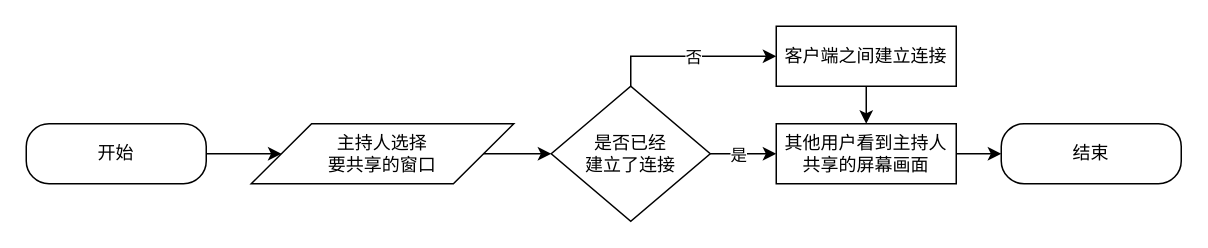
Earlier version of the draw.io diagram drawio/课件与白板共享流程图.drawio (jhongxu/image-hosting). Source tidied: cells renumbered, new cells numbered last; positions are measured from the earlier drawing's top-left corner, leaving out a move shared by most shapes. Both pictures are drawn from the tidied source at 150%, with x=0, y=0 at pixel (26, 26).
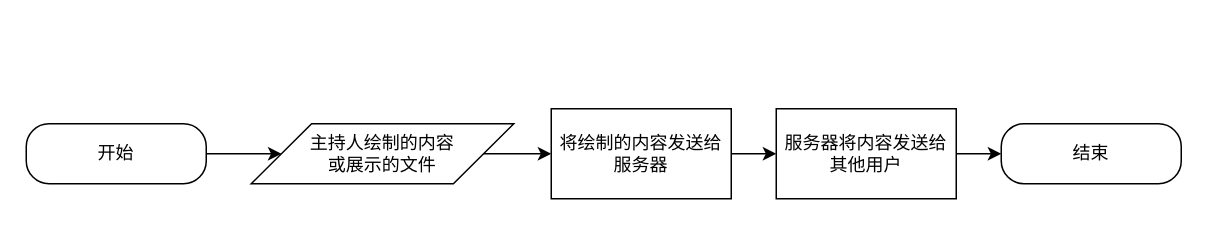
The same page after the edit.

Commit message:
更新课件与白板共享流程图.drawio

The edit, as a diff of the source:
```diff
@@
 <mxGraphModel>
   <root>
     <mxCell id="0" />
     <mxCell id="1" parent="0" />
     <mxCell id="2" value="结束" style="rounded=1;whiteSpace=wrap;html=1;fontSize=12;glass=0;strokeWidth=1;shadow=0;arcSize=38;" parent="1" vertex="1">
       <mxGeometry x="650" y="65" width="120" height="40" as="geometry" />
     </mxCell>
-    <mxCell id="3" style="edgeStyle=orthogonalEdgeStyle;rounded=0;jettySize=auto;html=1;exitX=1;exitY=0.5;exitDx=0;exitDy=0;entryX=0;entryY=0.5;entryDx=0;entryDy=0;" parent="1" edge="1" source="4" target="11">
-      <mxGeometry relative="1" as="geometry" />
-    </mxCell>
+    <mxCell id="16" style="edgeStyle=orthogonalEdgeStyle;rounded=0;jettySize=auto;html=1;" parent="1" edge="1" source="4" target="18">
+      <mxGeometry relative="1" as="geometry" />
+    </mxCell>
-    <mxCell id="4" value="主持人选择&lt;br&gt;要共享的窗口" style="shape=parallelogram;html=1;strokeWidth=1;perimeter=parallelogramPerimeter;whiteSpace=wrap;rounded=1;arcSize=0;size=0.23;" parent="1" vertex="1">
+    <mxCell id="4" value="主持人绘制的内容&lt;br&gt;或展示的文件" style="shape=parallelogram;html=1;strokeWidth=1;perimeter=parallelogramPerimeter;whiteSpace=wrap;rounded=1;arcSize=0;size=0.23;" parent="1" vertex="1">
       <mxGeometry x="150" y="65" width="175" height="40" as="geometry" />
     </mxCell>
     <mxCell id="5" style="edgeStyle=orthogonalEdgeStyle;rounded=0;jettySize=auto;html=1;exitX=1;exitY=0.5;exitDx=0;exitDy=0;" parent="1" edge="1" source="6" target="4">
       <mxGeometry relative="1" as="geometry" />
     </mxCell>
     <mxCell id="6" value="开始" style="rounded=1;whiteSpace=wrap;html=1;fontSize=12;glass=0;strokeWidth=1;shadow=0;arcSize=38;" parent="1" vertex="1">
       <mxGeometry y="65" width="120" height="40" as="geometry" />
     </mxCell>
-    <mxCell id="7" style="edgeStyle=orthogonalEdgeStyle;rounded=0;jettySize=auto;html=1;exitX=1;exitY=0.5;exitDx=0;exitDy=0;entryX=0;entryY=0.5;entryDx=0;entryDy=0;" parent="1" edge="1" source="11" target="15">
-      <mxGeometry relative="1" as="geometry" />
-    </mxCell>
-    <mxCell id="8" value="是" style="edgeLabel;html=1;align=center;verticalAlign=middle;" parent="7" vertex="1">
-      <mxGeometry x="-0.3" y="-2" relative="1" as="geometry">
-        <mxPoint x="3" y="-2" as="offset" />
-      </mxGeometry>
-    </mxCell>
-    <mxCell id="9" style="edgeStyle=orthogonalEdgeStyle;rounded=0;jettySize=auto;html=1;exitX=0.5;exitY=0;exitDx=0;exitDy=0;entryX=0;entryY=0.5;entryDx=0;entryDy=0;" parent="1" edge="1" source="11" target="13">
-      <mxGeometry relative="1" as="geometry" />
-    </mxCell>
-    <mxCell id="10" value="否" style="edgeLabel;html=1;align=center;verticalAlign=middle;" parent="9" vertex="1">
-      <mxGeometry x="0.05" relative="1" as="geometry" />
-    </mxCell>
-    <mxCell id="11" value="是否已经&lt;br&gt;建立了连接" style="rhombus;whiteSpace=wrap;html=1;strokeWidth=1;rounded=1;arcSize=0;" parent="1" vertex="1">
-      <mxGeometry x="350" y="40" width="106" height="90" as="geometry" />
-    </mxCell>
-    <mxCell id="12" style="edgeStyle=orthogonalEdgeStyle;rounded=0;jettySize=auto;html=1;exitX=0.5;exitY=1;exitDx=0;exitDy=0;entryX=0.5;entryY=0;entryDx=0;entryDy=0;" parent="1" edge="1" source="13" target="15">
-      <mxGeometry relative="1" as="geometry" />
-    </mxCell>
-    <mxCell id="13" value="客户端之间建立连接" style="whiteSpace=wrap;html=1;strokeWidth=1;rounded=1;arcSize=0;" parent="1" vertex="1">
-      <mxGeometry x="500" width="120" height="40" as="geometry" />
-    </mxCell>
-    <mxCell id="14" style="edgeStyle=orthogonalEdgeStyle;rounded=0;jettySize=auto;html=1;exitX=1;exitY=0.5;exitDx=0;exitDy=0;entryX=0;entryY=0.5;entryDx=0;entryDy=0;" parent="1" edge="1" source="15" target="2">
-      <mxGeometry relative="1" as="geometry" />
+    <mxCell id="14" style="edgeStyle=orthogonalEdgeStyle;rounded=0;jettySize=auto;html=1;exitX=1;exitY=0.5;exitDx=0;exitDy=0;entryX=0;entryY=0.5;entryDx=0;entryDy=0;" parent="1" edge="1" target="2">
+      <mxGeometry relative="1" as="geometry">
+        <mxPoint x="620" y="85" as="sourcePoint" />
+      </mxGeometry>
     </mxCell>
-    <mxCell id="15" value="其他用户看到主持人共享的屏幕画面" style="whiteSpace=wrap;html=1;strokeWidth=1;rounded=1;arcSize=0;" parent="1" vertex="1">
-      <mxGeometry x="500" y="65" width="120" height="40" as="geometry" />
-    </mxCell>
+    <mxCell id="17" style="edgeStyle=orthogonalEdgeStyle;rounded=0;jettySize=auto;html=1;" parent="1" edge="1" source="18" target="19">
+      <mxGeometry relative="1" as="geometry" />
+    </mxCell>
+    <mxCell id="18" value="将绘制的内容发送给服务器" style="whiteSpace=wrap;html=1;strokeWidth=1;rounded=1;arcSize=0;" parent="1" vertex="1">
+      <mxGeometry x="350" y="55" width="120" height="60" as="geometry" />
+    </mxCell>
+    <mxCell id="19" value="服务器将内容发送给其他用户" style="whiteSpace=wrap;html=1;strokeWidth=1;rounded=1;arcSize=0;" parent="1" vertex="1">
+      <mxGeometry x="500" y="55" width="120" height="60" as="geometry" />
+    </mxCell>
   </root>
 </mxGraphModel>
```
